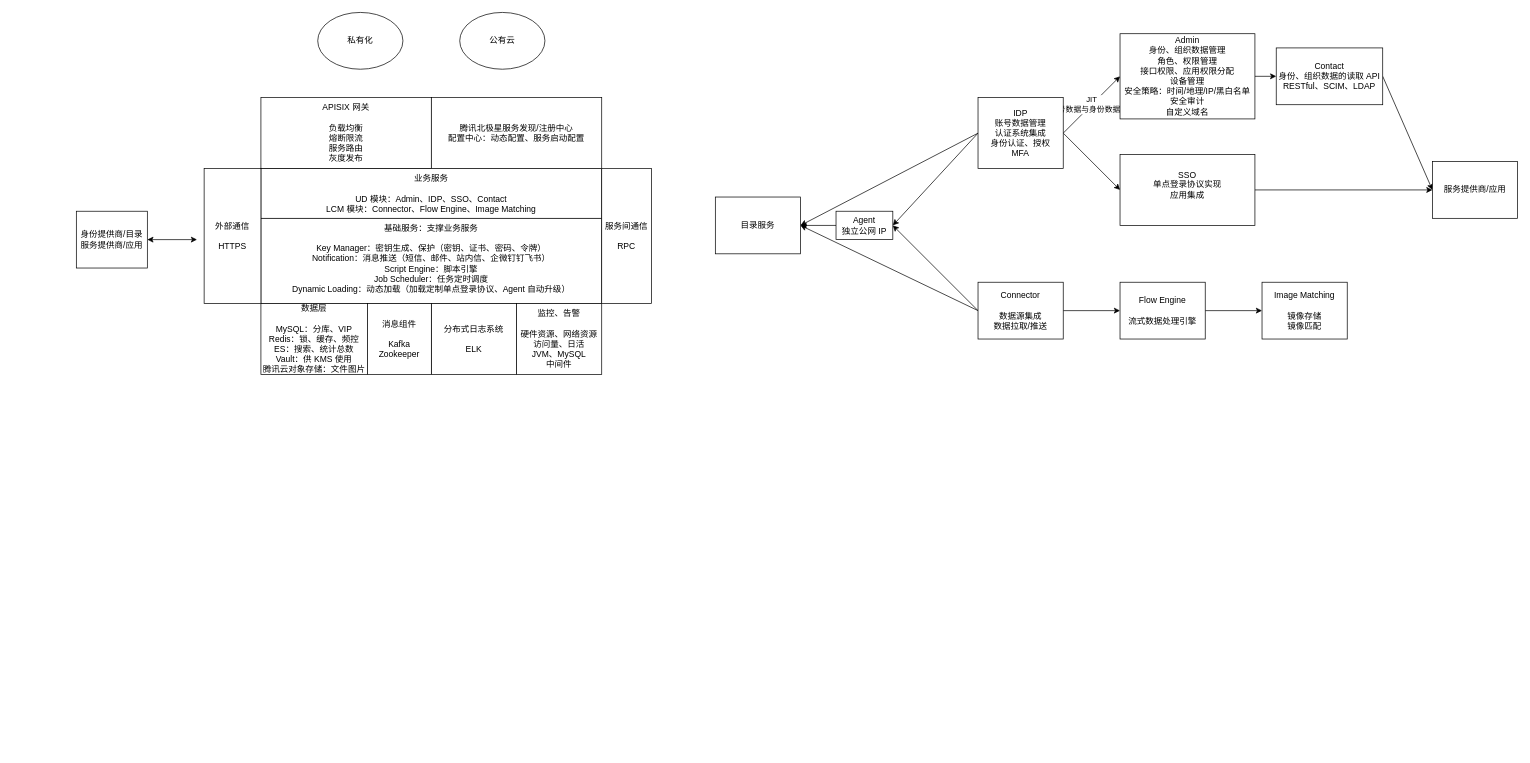
This is homework/src/main/resources/IDaaS 业务架构.drawio from YufuMxl/geek_java_practise, a draw.io file, before an edit. Source tidied: cells renumbered, new cells numbered last; positions are measured from the earlier drawing's top-left corner, leaving out a move shared by most shapes. Both pictures are drawn from the tidied source at 71%, with x=0, y=0 at pixel (76, 12).
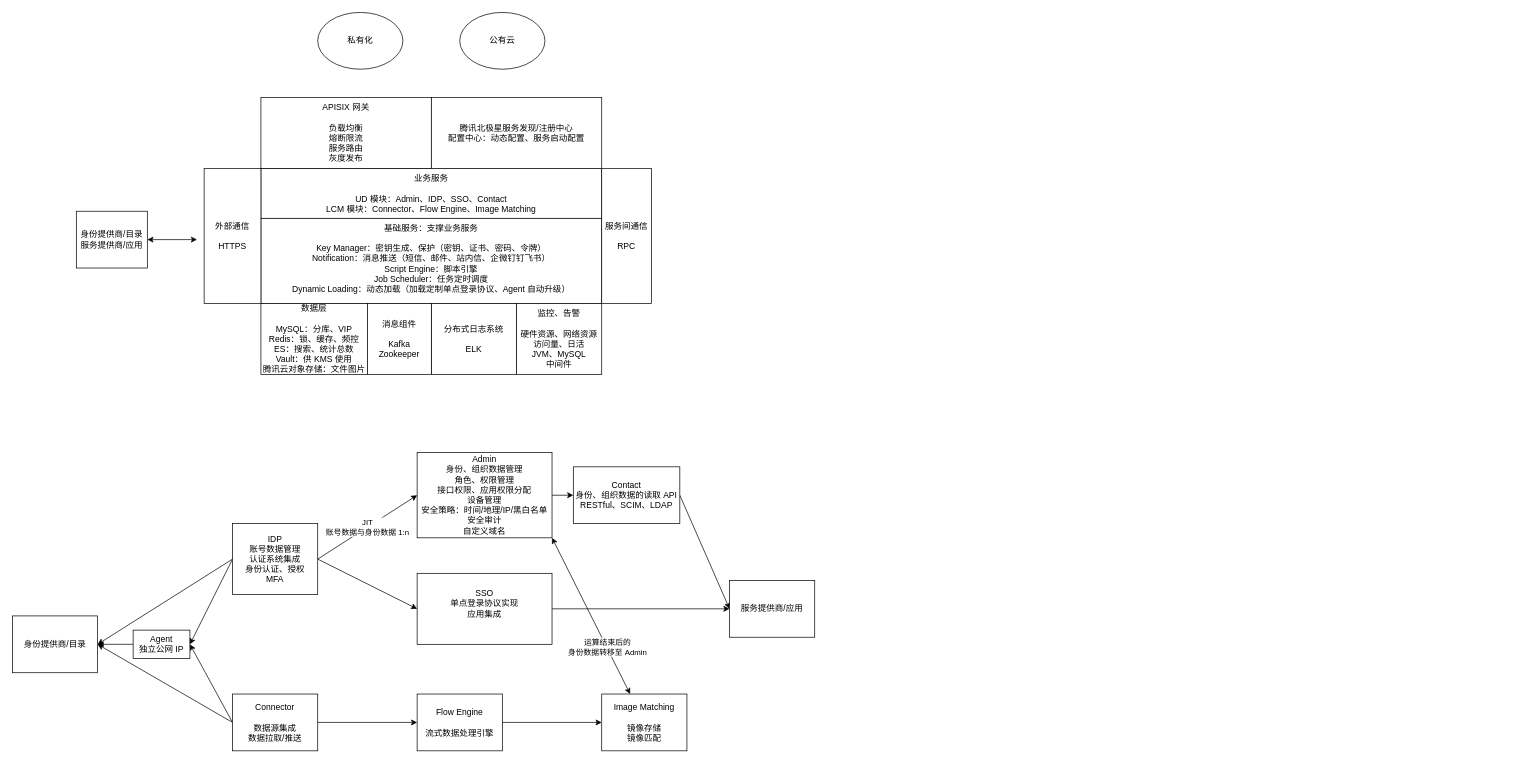
After the change.

Commit message:
更新IDaaS 业务架构.drawio

Diff of the diagram source:
```diff
@@
-    <mxCell id="2" value="目录服务" style="rounded=0;whiteSpace=wrap;html=1;" parent="1" vertex="1">
-      <mxGeometry x="900" y="260" width="120" height="80" as="geometry" />
+    <mxCell id="2" value="身份提供商/目录" style="rounded=0;whiteSpace=wrap;html=1;" parent="1" vertex="1">
+      <mxGeometry x="-90" y="850" width="120" height="80" as="geometry" />
     </mxCell>
@@
     <mxCell id="4" value="&lt;div&gt;Agent&lt;/div&gt;独立公网 IP" style="rounded=0;whiteSpace=wrap;html=1;" parent="1" vertex="1">
-      <mxGeometry x="1070" y="280" width="80" height="40" as="geometry" />
+      <mxGeometry x="80" y="870" width="80" height="40" as="geometry" />
     </mxCell>
@@
     <mxCell id="9" value="&lt;div&gt;IDP&lt;/div&gt;&lt;div&gt;账号数据管理&lt;/div&gt;&lt;div&gt;认证系统集成&lt;br&gt;&lt;/div&gt;&lt;div&gt;身份认证、授权&lt;br&gt;&lt;/div&gt;&lt;div&gt;MFA&lt;br&gt;&lt;/div&gt;" style="rounded=0;whiteSpace=wrap;html=1;" parent="1" vertex="1">
-      <mxGeometry x="1270" y="120" width="120" height="100" as="geometry" />
+      <mxGeometry x="220" y="720" width="120" height="100" as="geometry" />
     </mxCell>
@@
     <mxCell id="13" value="&lt;div&gt;Connector&lt;/div&gt;&lt;div&gt;&lt;br&gt;&lt;/div&gt;&lt;div&gt;数据源集成&lt;/div&gt;&lt;div&gt;数据拉取/推送&lt;br&gt;&lt;/div&gt;" style="rounded=0;whiteSpace=wrap;html=1;" parent="1" vertex="1">
-      <mxGeometry x="1270" y="380" width="120" height="80" as="geometry" />
+      <mxGeometry x="220" y="960" width="120" height="80" as="geometry" />
     </mxCell>
@@
     <mxCell id="15" value="&lt;div&gt;Flow Engine&lt;/div&gt;&lt;div&gt;&lt;br&gt;&lt;/div&gt;&lt;div&gt;流式数据处理引擎&lt;br&gt;&lt;/div&gt;" style="rounded=0;whiteSpace=wrap;html=1;" parent="1" vertex="1">
-      <mxGeometry x="1470" y="380" width="120" height="80" as="geometry" />
+      <mxGeometry x="480" y="960" width="120" height="80" as="geometry" />
     </mxCell>
     <mxCell id="16" value="&lt;div&gt;Image Matching&lt;/div&gt;&lt;div&gt;&lt;br&gt;&lt;/div&gt;&lt;div&gt;镜像存储&lt;/div&gt;&lt;div&gt;镜像匹配&lt;br&gt;&lt;/div&gt;" style="rounded=0;whiteSpace=wrap;html=1;" parent="1" vertex="1">
-      <mxGeometry x="1670" y="380" width="120" height="80" as="geometry" />
+      <mxGeometry x="740" y="960" width="120" height="80" as="geometry" />
     </mxCell>
@@
     <mxCell id="18" value="&lt;div&gt;SSO&lt;/div&gt;&lt;div&gt;单点登录协议实现&lt;/div&gt;&lt;div&gt;应用集成&lt;/div&gt;&lt;div&gt;&lt;br&gt;&lt;/div&gt;" style="rounded=0;whiteSpace=wrap;html=1;" parent="1" vertex="1">
-      <mxGeometry x="1470" y="200" width="190" height="100" as="geometry" />
+      <mxGeometry x="480" y="790" width="190" height="100" as="geometry" />
     </mxCell>
@@
+    <mxCell id="38" style="rounded=0;jettySize=auto;html=1;exitX=1;exitY=1;exitDx=0;exitDy=0;startArrow=classic;startFill=1;" parent="1" edge="1" source="20" target="16">
+      <mxGeometry relative="1" as="geometry" />
+    </mxCell>
+    <mxCell id="39" value="&lt;div&gt;运算结束后的&lt;/div&gt;&lt;div&gt;身份数据转移至 Admin&lt;/div&gt;" style="edgeLabel;html=1;align=center;verticalAlign=middle;" parent="38" vertex="1">
+      <mxGeometry x="0.41" relative="1" as="geometry">
+        <mxPoint y="-1" as="offset" />
+      </mxGeometry>
+    </mxCell>
     <mxCell id="20" value="&lt;div&gt;Admin&lt;/div&gt;&lt;div&gt;身份、组织数据管理&lt;/div&gt;&lt;div&gt;角色、权限管理&lt;/div&gt;&lt;div&gt;接口权限、应用权限分配&lt;br&gt;&lt;/div&gt;&lt;div&gt;设备管理&lt;/div&gt;&lt;div&gt;安全策略：时间/地理/IP/黑白名单&lt;/div&gt;&lt;div&gt;安全审计&lt;/div&gt;&lt;div&gt;自定义域名&lt;br&gt;&lt;/div&gt;" style="rounded=0;whiteSpace=wrap;html=1;" parent="1" vertex="1">
-      <mxGeometry x="1470" y="30" width="190" height="120" as="geometry" />
+      <mxGeometry x="480" y="620" width="190" height="120" as="geometry" />
     </mxCell>
@@
     <mxCell id="22" value="&lt;div&gt;Contact&lt;/div&gt;&lt;div&gt;身份、组织数据的读取 API&lt;/div&gt;&lt;div&gt;RESTful、SCIM、LDAP&lt;br&gt;&lt;/div&gt;" style="rounded=0;whiteSpace=wrap;html=1;" parent="1" vertex="1">
-      <mxGeometry x="1690" y="50" width="150" height="80" as="geometry" />
+      <mxGeometry x="700" y="640" width="150" height="80" as="geometry" />
     </mxCell>
     <mxCell id="23" value="服务提供商/应用" style="rounded=0;whiteSpace=wrap;html=1;" parent="1" vertex="1">
-      <mxGeometry x="1910" y="210" width="120" height="80" as="geometry" />
+      <mxGeometry x="920" y="800" width="120" height="80" as="geometry" />
     </mxCell>
```
